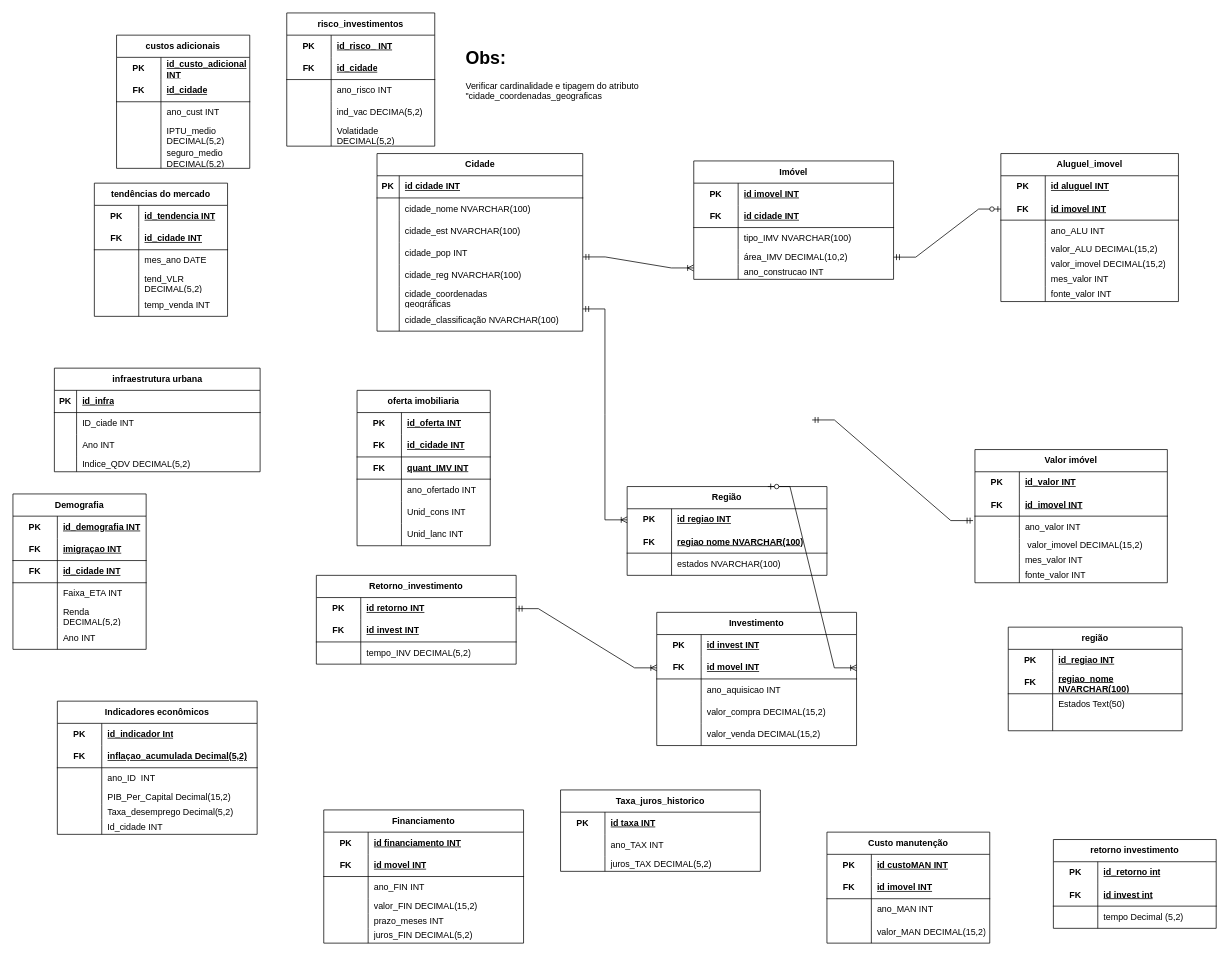
The draw.io diagram GroupBy.drawio in Guilherme22B/Group_by, before the edit. Source tidied: cells renumbered, new cells numbered last; positions are measured from the earlier drawing's top-left corner, leaving out a move shared by most shapes. Both pictures are drawn from the tidied source at 74%, with x=0, y=0 at pixel (13, 13).
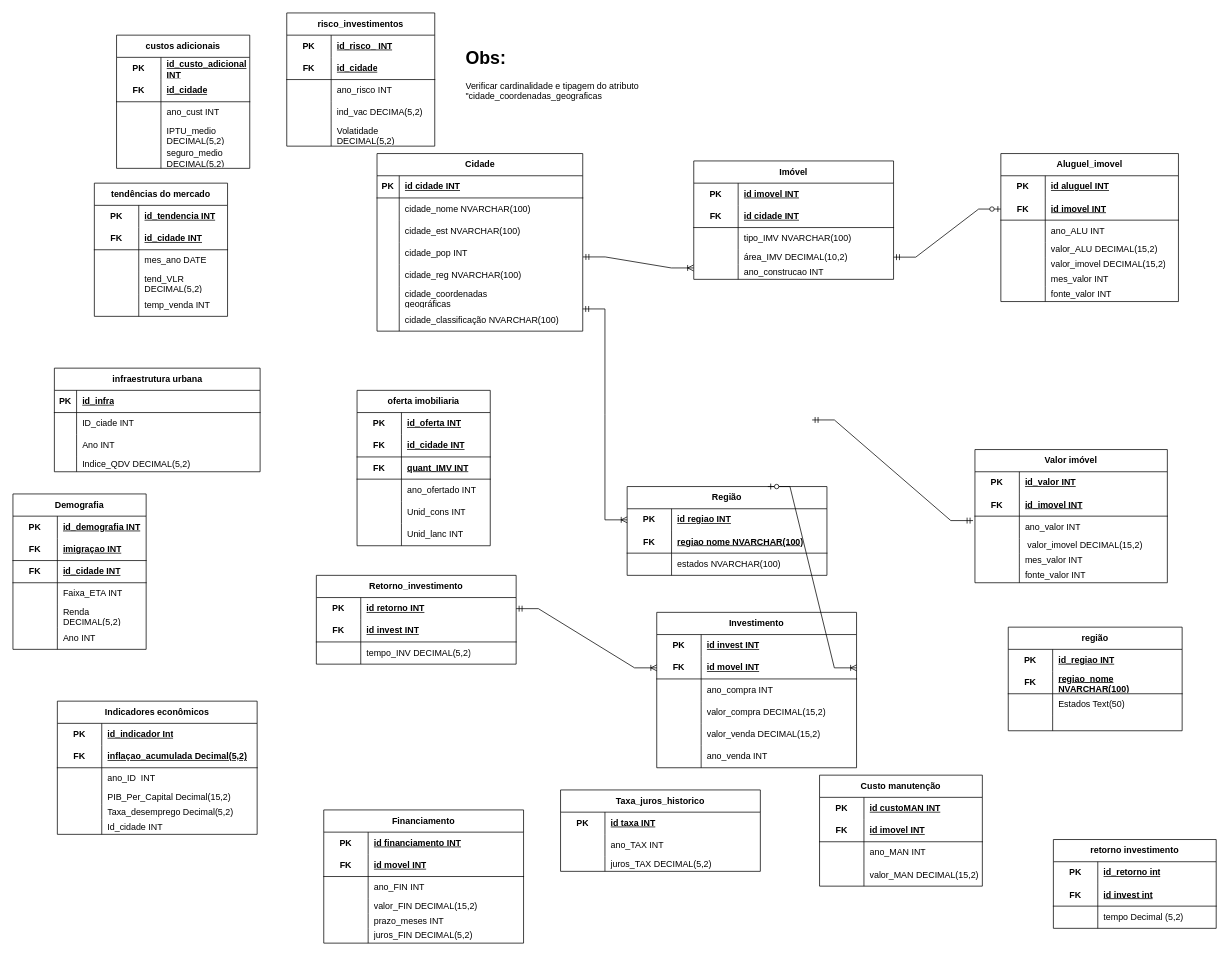
Above is the later version.

Commit message:
tabela 5 alterada

The change refers to these unchanged cells:
```xml
<mxCell id="81" style="shape=tableRow;horizontal=0;startSize=0;swimlaneHead=0;swimlaneBody=0;fillColor=none;top=0;left=0;right=0;bottom=0;html=1;" parent="74" vertex="1">
  <mxGeometry y="90" width="270" height="30" as="geometry" />
</mxCell>
```

What changed in the source:
```diff
@@
     <mxCell id="61" value="Custo manutenção" style="shape=table;startSize=30;childLayout=tableLayout;rowLines=0;fontStyle=1;align=center;html=1;whiteSpace=wrap;" parent="1" vertex="1">
-      <mxGeometry x="1100" y="1107" width="220" height="150" as="geometry" />
+      <mxGeometry x="1090" y="1030" width="220" height="150" as="geometry" />
     </mxCell>
@@
     <mxCell id="74" value="Investimento" style="shape=table;startSize=30;childLayout=tableLayout;rowLines=0;fontStyle=1;align=center;html=1;whiteSpace=wrap;" parent="1" vertex="1">
-      <mxGeometry x="870" y="810" width="270" height="180" as="geometry" />
+      <mxGeometry x="870" y="810" width="270" height="210" as="geometry" />
     </mxCell>
@@
-    <mxCell id="83" value="ano_aquisicao INT" style="shape=partialRectangle;fillColor=none;top=0;left=0;bottom=0;right=0;align=left;spacingLeft=6;overflow=hidden;html=1;whiteSpace=wrap;" parent="81" vertex="1">
+    <mxCell id="83" value="ano_compra INT&amp;nbsp;" style="shape=partialRectangle;fillColor=none;top=0;left=0;bottom=0;right=0;align=left;spacingLeft=6;overflow=hidden;html=1;whiteSpace=wrap;" parent="81" vertex="1">
       <mxGeometry x="60" width="210" height="30" as="geometry" />
     </mxCell>
@@
+    <mxCell id="309" style="shape=tableRow;horizontal=0;startSize=0;swimlaneHead=0;swimlaneBody=0;fillColor=none;top=0;left=0;right=0;bottom=0;html=1;" parent="74" vertex="1">
+      <mxGeometry y="180" width="270" height="30" as="geometry" />
+    </mxCell>
+    <mxCell id="310" style="shape=partialRectangle;fillColor=none;top=0;left=0;bottom=0;right=0;overflow=hidden;html=1;whiteSpace=wrap;" parent="309" vertex="1">
+      <mxGeometry width="60" height="30" as="geometry" />
+    </mxCell>
+    <mxCell id="311" value="ano_venda INT" style="shape=partialRectangle;fillColor=none;top=0;left=0;bottom=0;right=0;align=left;spacingLeft=6;overflow=hidden;html=1;whiteSpace=wrap;" parent="309" vertex="1">
+      <mxGeometry x="60" width="210" height="30" as="geometry" />
+    </mxCell>
```
